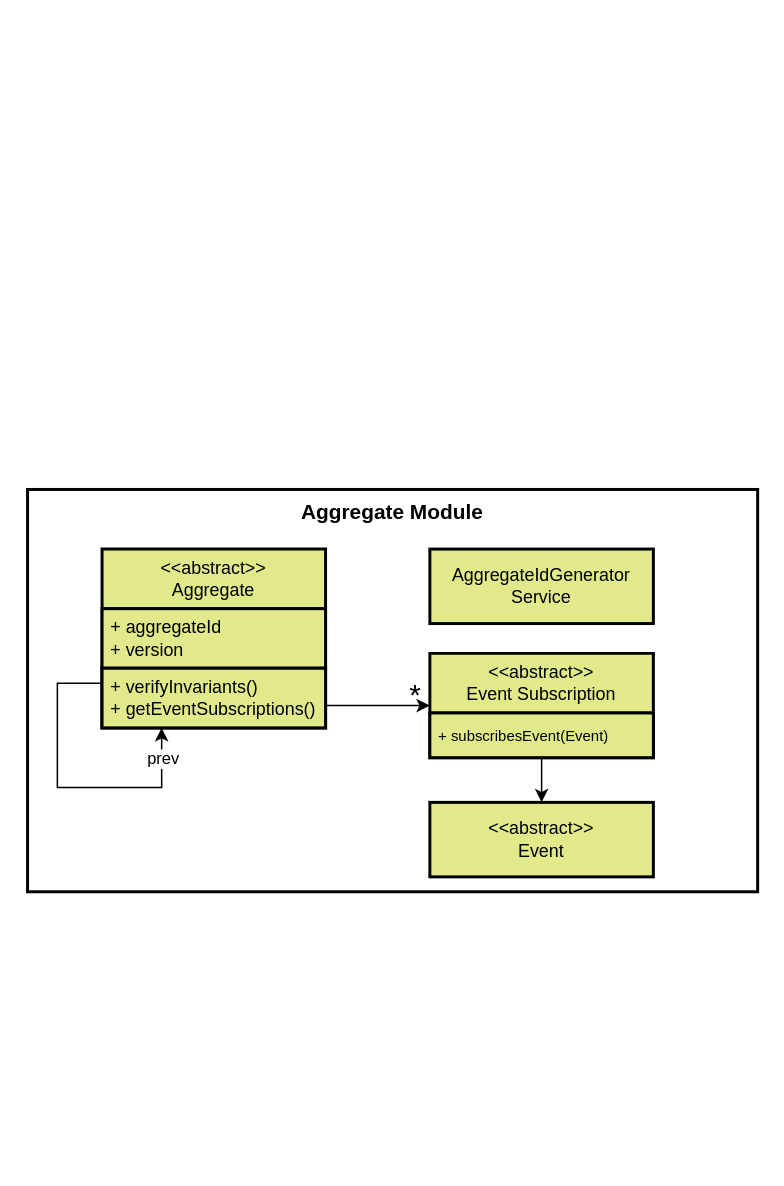
Above: data/figs/architecture/layers/layers_aggregate.drawio in socialsoftware/microservices-simulator (draw.io), before the change. Source tidied: cells renumbered, new cells numbered last; positions are measured from the earlier drawing's top-left corner, leaving out a move shared by most shapes. Both pictures are drawn from the tidied source at 149%, with x=0, y=0 at pixel (27, 489).
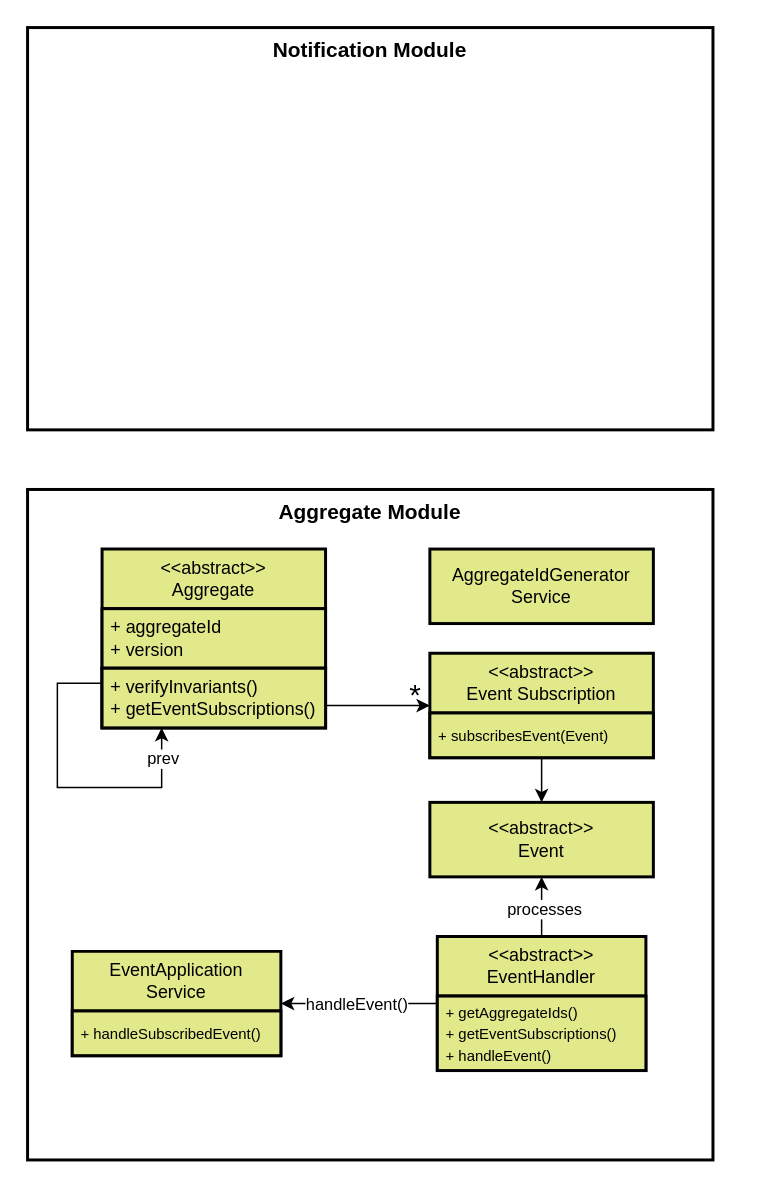
The same page after the edit.

The change refers to these unchanged cells:
```xml
<mxCell id="13" value="&lt;&lt;abstract&gt;&gt;&#10;Event" style="whiteSpace=wrap;strokeWidth=2;fillColor=#E1E98B;strokeColor=#000000;" parent="1" vertex="1">
  <mxGeometry x="270" y="210" width="150" height="50" as="geometry" />
</mxCell>
```

The edit, as a diff of the source:
```diff
@@
     <mxCell id="2" value="Aggregate Module" style="whiteSpace=wrap;strokeWidth=2;verticalAlign=top;fontSize=14;fontStyle=1;" parent="1" vertex="1">
-      <mxGeometry width="490" height="270" as="geometry" />
+      <mxGeometry width="460" height="450" as="geometry" />
     </mxCell>
@@
+    <mxCell id="17" value="EventApplication&lt;div&gt;Service&lt;/div&gt;" style="swimlane;fontStyle=0;horizontal=1;startSize=40;whiteSpace=wrap;html=1;strokeWidth=2;fillColor=#E1E98B;" parent="1" vertex="1">
+      <mxGeometry x="30" y="310" width="140" height="70" as="geometry" />
+    </mxCell>
+    <mxCell id="18" value="&lt;span style=&quot;font-size: 10px;&quot;&gt;+&amp;nbsp;handleSubscribedEvent()&lt;/span&gt;" style="text;strokeColor=default;fillColor=#E1E98B;align=left;verticalAlign=middle;spacingLeft=4;spacingRight=4;overflow=hidden;whiteSpace=wrap;html=1;strokeWidth=2;" parent="17" vertex="1">
+      <mxGeometry y="40" width="140" height="30" as="geometry" />
+    </mxCell>
+    <mxCell id="19" style="edgeStyle=orthogonalEdgeStyle;rounded=0;jettySize=auto;html=1;" parent="1" edge="1" source="21" target="13">
+      <mxGeometry relative="1" as="geometry" />
+    </mxCell>
+    <mxCell id="20" value="processes" style="edgeLabel;html=1;align=center;verticalAlign=middle;" parent="19" vertex="1">
+      <mxGeometry x="-0.03" y="-1" relative="1" as="geometry" />
+    </mxCell>
+    <mxCell id="21" value="&amp;lt;&amp;lt;abstract&amp;gt;&amp;gt;&lt;br style=&quot;padding: 0px; margin: 0px;&quot;&gt;EventHandler" style="swimlane;fontStyle=0;horizontal=1;startSize=40;whiteSpace=wrap;html=1;strokeWidth=2;fillColor=#E1E98B;" parent="1" vertex="1">
+      <mxGeometry x="275" y="300" width="140" height="90" as="geometry" />
+    </mxCell>
+    <mxCell id="22" value="&lt;span style=&quot;font-size: 10px;&quot;&gt;+&amp;nbsp;getAggregateIds()&lt;/span&gt;&lt;div&gt;&lt;span style=&quot;font-size: 10px;&quot;&gt;+ getEventSubscriptions()&lt;/span&gt;&lt;br&gt;&lt;div&gt;&lt;span style=&quot;font-size: 10px;&quot;&gt;+&amp;nbsp;&lt;/span&gt;&lt;span style=&quot;background-color: transparent; font-size: 10px;&quot;&gt;handleEvent()&lt;/span&gt;&lt;/div&gt;&lt;/div&gt;" style="text;strokeColor=default;fillColor=#E1E98B;align=left;verticalAlign=middle;spacingLeft=4;spacingRight=4;overflow=hidden;whiteSpace=wrap;html=1;strokeWidth=2;" parent="21" vertex="1">
+      <mxGeometry y="40" width="140" height="50" as="geometry" />
+    </mxCell>
+    <mxCell id="23" style="edgeStyle=orthogonalEdgeStyle;rounded=0;jettySize=auto;html=1;" parent="1" edge="1" source="21" target="17">
+      <mxGeometry relative="1" as="geometry" />
+    </mxCell>
+    <mxCell id="24" value="handleEvent()" style="edgeLabel;html=1;align=center;verticalAlign=middle;" parent="23" vertex="1">
+      <mxGeometry x="0.43" y="-2" relative="1" as="geometry">
+        <mxPoint x="20" y="2" as="offset" />
+      </mxGeometry>
+    </mxCell>
+    <mxCell id="25" value="Notification Module" style="whiteSpace=wrap;strokeWidth=2;verticalAlign=top;fontSize=14;fontStyle=1;" parent="1" vertex="1">
+      <mxGeometry y="-310" width="460" height="270" as="geometry" />
+    </mxCell>
```
